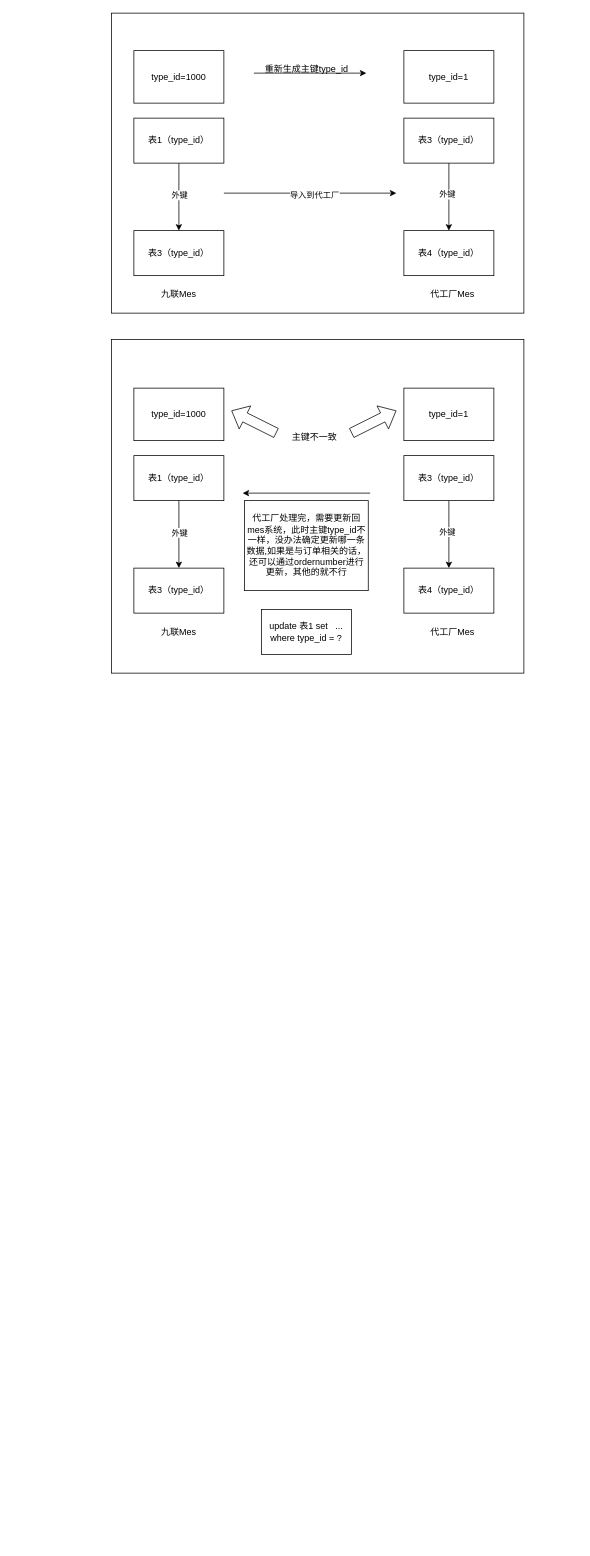
Earlier version of the draw.io diagram 未命名绘图.drawio (jinjianpacong/git_study). Source tidied: cells renumbered, new cells numbered last; positions are measured from the earlier drawing's top-left corner, leaving out a move shared by most shapes. Both pictures are drawn from the tidied source at 75%, with x=0, y=0 at pixel (111, 13).
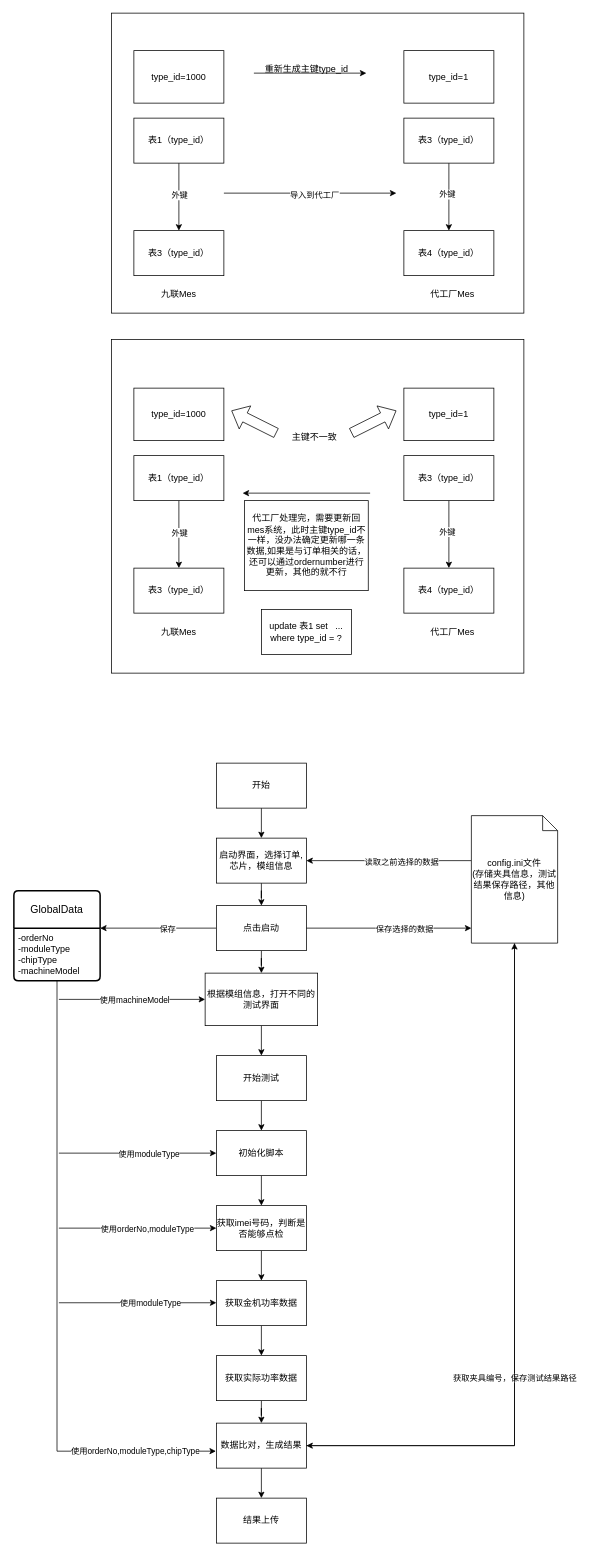
After the change.

Commit message:
更新未命名绘图.drawio

The edit, as a diff of the source:
```diff
@@
+    <mxCell id="38" value="GlobalData" style="swimlane;horizontal=1;startSize=50;rounded=1;fontSize=14;fontStyle=0;strokeWidth=2;shadow=0;dashed=0;align=center;arcSize=4;whiteSpace=wrap;html=1;" parent="1" vertex="1">
+      <mxGeometry x="-130" y="1170" width="115" height="120" as="geometry" />
+    </mxCell>
+    <mxCell id="39" value="-orderNo&lt;br&gt;-moduleType&lt;br&gt;-chipType&lt;br&gt;-machineModel" style="align=left;strokeColor=none;fillColor=none;spacingLeft=4;fontSize=12;verticalAlign=top;html=1;" parent="38" vertex="1">
+      <mxGeometry y="50" width="115" height="70" as="geometry" />
+    </mxCell>
+    <mxCell id="40" style="edgeStyle=orthogonalEdgeStyle;rounded=0;jettySize=auto;html=1;entryX=1;entryY=0.5;entryDx=0;entryDy=0;" parent="1" edge="1" source="44" target="48">
+      <mxGeometry relative="1" as="geometry">
+        <Array as="points">
+          <mxPoint x="430" y="1130" />
+          <mxPoint x="430" y="1130" />
+        </Array>
+      </mxGeometry>
+    </mxCell>
+    <mxCell id="41" value="读取之前选择的数据" style="edgeLabel;html=1;align=center;verticalAlign=middle;" parent="40" vertex="1">
+      <mxGeometry x="-0.15" y="1" relative="1" as="geometry" />
+    </mxCell>
+    <mxCell id="42" style="edgeStyle=orthogonalEdgeStyle;rounded=0;jettySize=auto;html=1;entryX=1;entryY=0.5;entryDx=0;entryDy=0;exitX=0.5;exitY=1;exitDx=0;exitDy=0;exitPerimeter=0;" parent="1" edge="1" source="44" target="66">
+      <mxGeometry relative="1" as="geometry" />
+    </mxCell>
+    <mxCell id="43" value="获取夹具编号，保存测试结果路径" style="edgeLabel;html=1;align=center;verticalAlign=middle;" parent="42" vertex="1">
+      <mxGeometry x="-0.01" relative="1" as="geometry">
+        <mxPoint y="110" as="offset" />
+      </mxGeometry>
+    </mxCell>
+    <mxCell id="44" value="config.ini文件&lt;br&gt;(存储夹具信息，测试结果保存路径，其他信息)" style="shape=note;size=20;whiteSpace=wrap;html=1;" parent="1" vertex="1">
+      <mxGeometry x="480" y="1070" width="115" height="170" as="geometry" />
+    </mxCell>
+    <mxCell id="45" style="edgeStyle=orthogonalEdgeStyle;rounded=0;jettySize=auto;html=1;entryX=0.5;entryY=0;entryDx=0;entryDy=0;" parent="1" edge="1" source="46" target="48">
+      <mxGeometry relative="1" as="geometry" />
+    </mxCell>
+    <mxCell id="46" value="开始" style="rounded=0;whiteSpace=wrap;html=1;" parent="1" vertex="1">
+      <mxGeometry x="140" y="1000" width="120" height="60" as="geometry" />
+    </mxCell>
+    <mxCell id="47" style="edgeStyle=orthogonalEdgeStyle;rounded=0;jettySize=auto;html=1;entryX=0.5;entryY=0;entryDx=0;entryDy=0;" parent="1" edge="1" source="48" target="52">
+      <mxGeometry relative="1" as="geometry" />
+    </mxCell>
+    <mxCell id="48" value="启动界面，选择订单,芯片，模组信息" style="rounded=0;whiteSpace=wrap;html=1;" parent="1" vertex="1">
+      <mxGeometry x="140" y="1100" width="120" height="60" as="geometry" />
+    </mxCell>
+    <mxCell id="49" style="rounded=0;jettySize=auto;html=1;entryX=1;entryY=0;entryDx=0;entryDy=0;" parent="1" edge="1" source="52" target="39">
+      <mxGeometry relative="1" as="geometry" />
+    </mxCell>
+    <mxCell id="50" value="保存" style="edgeLabel;html=1;align=center;verticalAlign=middle;" parent="49" vertex="1">
+      <mxGeometry x="-0.15" relative="1" as="geometry" />
+    </mxCell>
+    <mxCell id="51" style="edgeStyle=orthogonalEdgeStyle;rounded=0;jettySize=auto;html=1;" parent="1" edge="1" source="52" target="54">
+      <mxGeometry relative="1" as="geometry" />
+    </mxCell>
+    <mxCell id="52" value="点击启动" style="rounded=0;whiteSpace=wrap;html=1;" parent="1" vertex="1">
+      <mxGeometry x="140" y="1190" width="120" height="60" as="geometry" />
+    </mxCell>
+    <mxCell id="53" style="edgeStyle=orthogonalEdgeStyle;rounded=0;jettySize=auto;html=1;" parent="1" edge="1" source="54" target="56">
+      <mxGeometry relative="1" as="geometry" />
+    </mxCell>
+    <mxCell id="54" value="根据模组信息，打开不同的测试界面" style="rounded=0;whiteSpace=wrap;html=1;" parent="1" vertex="1">
+      <mxGeometry x="125" y="1280" width="150" height="70" as="geometry" />
+    </mxCell>
+    <mxCell id="55" style="edgeStyle=orthogonalEdgeStyle;rounded=0;jettySize=auto;html=1;entryX=0.5;entryY=0;entryDx=0;entryDy=0;" parent="1" edge="1" source="56" target="58">
+      <mxGeometry relative="1" as="geometry" />
+    </mxCell>
+    <mxCell id="56" value="开始测试" style="rounded=0;whiteSpace=wrap;html=1;" parent="1" vertex="1">
+      <mxGeometry x="140" y="1390" width="120" height="60" as="geometry" />
+    </mxCell>
+    <mxCell id="57" style="edgeStyle=orthogonalEdgeStyle;rounded=0;jettySize=auto;html=1;" parent="1" edge="1" source="58" target="60">
+      <mxGeometry relative="1" as="geometry" />
+    </mxCell>
+    <mxCell id="58" value="初始化脚本" style="rounded=0;whiteSpace=wrap;html=1;" parent="1" vertex="1">
+      <mxGeometry x="140" y="1490" width="120" height="60" as="geometry" />
+    </mxCell>
+    <mxCell id="59" style="edgeStyle=orthogonalEdgeStyle;rounded=0;jettySize=auto;html=1;" parent="1" edge="1" source="60" target="62">
+      <mxGeometry relative="1" as="geometry" />
+    </mxCell>
+    <mxCell id="60" value="获取imei号码，判断是否能够点检" style="rounded=0;whiteSpace=wrap;html=1;" parent="1" vertex="1">
+      <mxGeometry x="140" y="1590" width="120" height="60" as="geometry" />
+    </mxCell>
+    <mxCell id="61" style="edgeStyle=orthogonalEdgeStyle;rounded=0;jettySize=auto;html=1;" parent="1" edge="1" source="62" target="64">
+      <mxGeometry relative="1" as="geometry" />
+    </mxCell>
+    <mxCell id="62" value="获取金机功率数据" style="rounded=0;whiteSpace=wrap;html=1;" parent="1" vertex="1">
+      <mxGeometry x="140" y="1690" width="120" height="60" as="geometry" />
+    </mxCell>
+    <mxCell id="63" style="edgeStyle=orthogonalEdgeStyle;rounded=0;jettySize=auto;html=1;" parent="1" edge="1" source="64" target="66">
+      <mxGeometry relative="1" as="geometry" />
+    </mxCell>
+    <mxCell id="64" value="获取实际功率数据" style="rounded=0;whiteSpace=wrap;html=1;" parent="1" vertex="1">
+      <mxGeometry x="140" y="1790" width="120" height="60" as="geometry" />
+    </mxCell>
+    <mxCell id="65" style="edgeStyle=orthogonalEdgeStyle;rounded=0;jettySize=auto;html=1;" parent="1" edge="1" source="66" target="67">
+      <mxGeometry relative="1" as="geometry" />
+    </mxCell>
+    <mxCell id="66" value="数据比对，生成结果" style="rounded=0;whiteSpace=wrap;html=1;" parent="1" vertex="1">
+      <mxGeometry x="140" y="1880" width="120" height="60" as="geometry" />
+    </mxCell>
+    <mxCell id="67" value="结果上传" style="rounded=0;whiteSpace=wrap;html=1;" parent="1" vertex="1">
+      <mxGeometry x="140" y="1980" width="120" height="60" as="geometry" />
+    </mxCell>
+    <mxCell id="68" style="edgeStyle=orthogonalEdgeStyle;rounded=0;jettySize=auto;html=1;exitX=1;exitY=0.5;exitDx=0;exitDy=0;" parent="1" edge="1" source="52">
+      <mxGeometry relative="1" as="geometry">
+        <mxPoint x="480" y="1220" as="targetPoint" />
+        <Array as="points">
+          <mxPoint x="476" y="1220" />
+        </Array>
+      </mxGeometry>
+    </mxCell>
+    <mxCell id="69" value="保存选择的数据" style="edgeLabel;html=1;align=center;verticalAlign=middle;" parent="68" vertex="1">
+      <mxGeometry x="-0.27" y="3" relative="1" as="geometry">
+        <mxPoint x="50" y="3" as="offset" />
+      </mxGeometry>
+    </mxCell>
+    <mxCell id="70" style="edgeStyle=orthogonalEdgeStyle;rounded=0;jettySize=auto;html=1;entryX=0.5;entryY=1;entryDx=0;entryDy=0;entryPerimeter=0;" parent="1" edge="1" source="66" target="44">
+      <mxGeometry relative="1" as="geometry" />
+    </mxCell>
+    <mxCell id="71" style="edgeStyle=orthogonalEdgeStyle;rounded=0;jettySize=auto;html=1;entryX=-0.005;entryY=0.623;entryDx=0;entryDy=0;entryPerimeter=0;" parent="1" edge="1" source="39" target="66">
+      <mxGeometry relative="1" as="geometry">
+        <Array as="points">
+          <mxPoint x="-72" y="1917" />
+        </Array>
+      </mxGeometry>
+    </mxCell>
+    <mxCell id="72" value="使用orderNo,moduleType,chipType" style="edgeLabel;html=1;align=center;verticalAlign=middle;" parent="71" vertex="1">
+      <mxGeometry x="0.78" relative="1" as="geometry">
+        <mxPoint x="-16" as="offset" />
+      </mxGeometry>
+    </mxCell>
+    <mxCell id="73" style="endArrow=classic;html=1;rounded=0;entryX=0;entryY=0.5;entryDx=0;entryDy=0;" parent="1" edge="1" target="60">
+      <mxGeometry relative="1" as="geometry">
+        <mxPoint x="-70" y="1620" as="sourcePoint" />
+      </mxGeometry>
+    </mxCell>
+    <mxCell id="74" value="使用orderNo,moduleType" style="edgeLabel;html=1;align=center;verticalAlign=middle;" parent="73" vertex="1">
+      <mxGeometry x="0.11" relative="1" as="geometry" />
+    </mxCell>
+    <mxCell id="75" style="endArrow=classic;html=1;rounded=0;entryX=0;entryY=0.5;entryDx=0;entryDy=0;" parent="1" edge="1">
+      <mxGeometry relative="1" as="geometry">
+        <mxPoint x="-70" y="1719.5" as="sourcePoint" />
+        <mxPoint x="140" y="1719.5" as="targetPoint" />
+      </mxGeometry>
+    </mxCell>
+    <mxCell id="76" value="使用moduleType" style="edgeLabel;html=1;align=center;verticalAlign=middle;" parent="75" vertex="1">
+      <mxGeometry x="0.15" relative="1" as="geometry" />
+    </mxCell>
+    <mxCell id="77" style="endArrow=classic;html=1;rounded=0;entryX=0;entryY=0.5;entryDx=0;entryDy=0;" parent="1" edge="1" target="54">
+      <mxGeometry relative="1" as="geometry">
+        <mxPoint x="-70" y="1315" as="sourcePoint" />
+      </mxGeometry>
+    </mxCell>
+    <mxCell id="78" value="使用machineModel" style="edgeLabel;html=1;align=center;verticalAlign=middle;" parent="77" vertex="1">
+      <mxGeometry x="-0.01" y="-4" relative="1" as="geometry">
+        <mxPoint x="3" y="-4" as="offset" />
+      </mxGeometry>
+    </mxCell>
+    <mxCell id="79" style="endArrow=classic;html=1;rounded=0;entryX=0;entryY=0.5;entryDx=0;entryDy=0;" parent="1" edge="1" target="58">
+      <mxGeometry relative="1" as="geometry">
+        <mxPoint x="-70" y="1520" as="sourcePoint" />
+      </mxGeometry>
+    </mxCell>
+    <mxCell id="80" value="使用moduleType" style="edgeLabel;html=1;align=center;verticalAlign=middle;" parent="79" vertex="1">
+      <mxGeometry x="-0.14" y="-2" relative="1" as="geometry">
+        <mxPoint x="29" y="-2" as="offset" />
+      </mxGeometry>
+    </mxCell>
```
